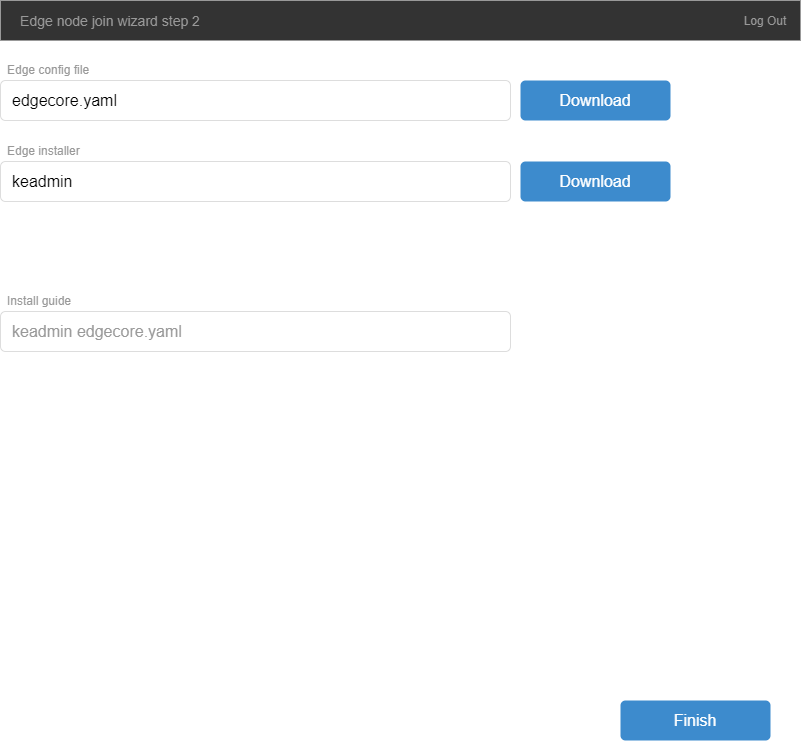
The draw.io diagram sig-edge/images/edge_join_2.png in kubesphere/community, before a commit. Source tidied: cells renumbered, new cells last; positions are measured from the earlier drawing's top-left corner, leaving out a move shared by most shapes. Its diagram source:
```xml
<mxGraphModel background="#ffffff">
  <root>
    <mxCell id="0" style="html=1;" />
    <mxCell id="1" style="html=1;" parent="0" />
    <mxCell id="2" style="html=1;shadow=0;dashed=0;shape=mxgraph.bootstrap.rect;strokeColor=none;whiteSpace=wrap;rounded=0;fontSize=12;fontColor=#000000;align=center;fillColor=#333333;" parent="1" vertex="1">
      <mxGeometry width="800" height="40" as="geometry" />
    </mxCell>
    <mxCell id="3" value="Edge node join wizard step 2" style="html=1;shadow=0;dashed=0;fillColor=none;strokeColor=none;shape=mxgraph.bootstrap.rect;fontColor=#999999;fontSize=14;whiteSpace=wrap;" parent="2" vertex="1">
      <mxGeometry width="220" height="40" as="geometry" />
    </mxCell>
    <mxCell id="4" value="Log Out" style="html=1;shadow=0;dashed=0;fillColor=none;strokeColor=none;shape=mxgraph.bootstrap.rect;fontColor=#999999;whiteSpace=wrap;" parent="2" vertex="1">
      <mxGeometry x="730" width="70" height="40" as="geometry" />
    </mxCell>
    <mxCell id="5" value="Edge config file" style="html=1;shadow=0;dashed=0;shape=mxgraph.bootstrap.rect;strokeColor=none;fillColor=none;fontColor=#999999;align=left;spacingLeft=5;whiteSpace=wrap;rounded=0;" parent="1" vertex="1">
      <mxGeometry y="59" width="200" height="20" as="geometry" />
    </mxCell>
    <mxCell id="6" value="edgecore.yaml" style="html=1;shadow=0;dashed=0;shape=mxgraph.bootstrap.rrect;rSize=5;strokeColor=#dddddd;align=left;spacingLeft=10;fontSize=16;whiteSpace=wrap;rounded=0;" parent="1" vertex="1">
      <mxGeometry y="80" width="510" height="40" as="geometry" />
    </mxCell>
    <mxCell id="7" value="Finish" style="html=1;shadow=0;dashed=0;shape=mxgraph.bootstrap.rrect;align=center;rSize=5;strokeColor=none;fillColor=#3D8BCD;fontColor=#ffffff;fontSize=16;whiteSpace=wrap;rounded=0;" parent="1" vertex="1">
      <mxGeometry x="620" y="700" width="150" height="40" as="geometry" />
    </mxCell>
    <mxCell id="8" value="Download" style="html=1;shadow=0;dashed=0;shape=mxgraph.bootstrap.rrect;align=center;rSize=5;strokeColor=none;fillColor=#3D8BCD;fontColor=#ffffff;fontSize=16;whiteSpace=wrap;rounded=0;" parent="1" vertex="1">
      <mxGeometry x="520" y="80" width="150" height="40" as="geometry" />
    </mxCell>
    <mxCell id="9" value="Edge installer" style="html=1;shadow=0;dashed=0;shape=mxgraph.bootstrap.rect;strokeColor=none;fillColor=none;fontColor=#999999;align=left;spacingLeft=5;whiteSpace=wrap;rounded=0;" parent="1" vertex="1">
      <mxGeometry y="140" width="200" height="20" as="geometry" />
    </mxCell>
    <mxCell id="10" value="keadmin" style="html=1;shadow=0;dashed=0;shape=mxgraph.bootstrap.rrect;rSize=5;strokeColor=#dddddd;align=left;spacingLeft=10;fontSize=16;whiteSpace=wrap;rounded=0;" parent="1" vertex="1">
      <mxGeometry y="161" width="510" height="40" as="geometry" />
    </mxCell>
    <mxCell id="11" value="Download" style="html=1;shadow=0;dashed=0;shape=mxgraph.bootstrap.rrect;align=center;rSize=5;strokeColor=none;fillColor=#3D8BCD;fontColor=#ffffff;fontSize=16;whiteSpace=wrap;rounded=0;" parent="1" vertex="1">
      <mxGeometry x="520" y="161" width="150" height="40" as="geometry" />
    </mxCell>
    <mxCell id="12" value="Install guide" style="html=1;shadow=0;dashed=0;shape=mxgraph.bootstrap.rect;strokeColor=none;fillColor=none;fontColor=#999999;align=left;spacingLeft=5;whiteSpace=wrap;rounded=0;" parent="1" vertex="1">
      <mxGeometry y="290" width="200" height="20" as="geometry" />
    </mxCell>
    <mxCell id="13" value="&lt;font color=&quot;#999999&quot;&gt;keadmin edgecore.yaml&lt;/font&gt;" style="html=1;shadow=0;dashed=0;shape=mxgraph.bootstrap.rrect;rSize=5;strokeColor=#dddddd;align=left;spacingLeft=10;fontSize=16;whiteSpace=wrap;rounded=0;" parent="1" vertex="1">
      <mxGeometry y="311" width="510" height="40" as="geometry" />
    </mxCell>
  </root>
</mxGraphModel>
```
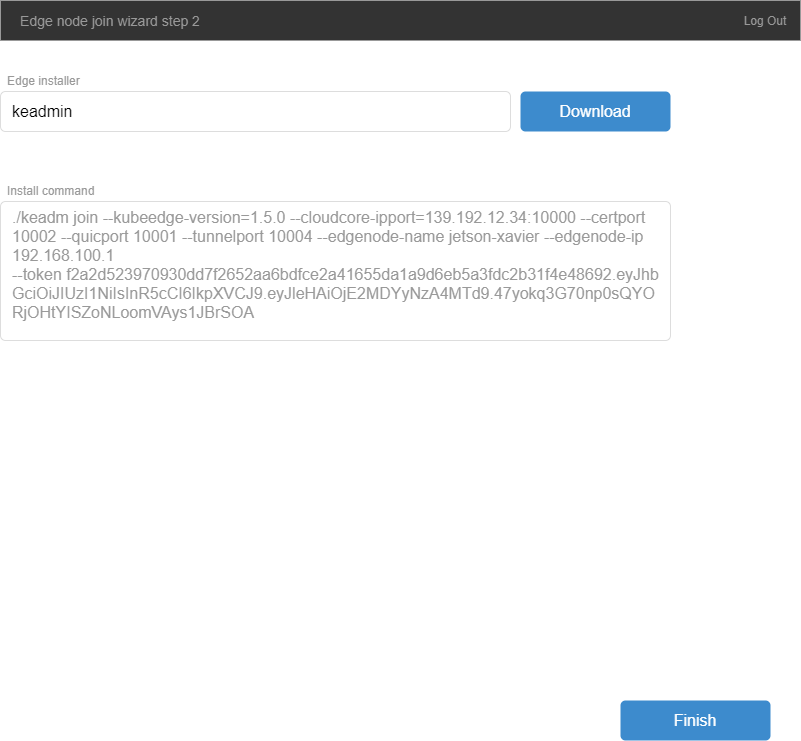
The same diagram one commit later.

Commit message:
Update kubeedge keadm images

Diff of the diagram source:
```diff
@@ -11,32 +11,23 @@
     <mxCell id="4" value="Log Out" style="html=1;shadow=0;dashed=0;fillColor=none;strokeColor=none;shape=mxgraph.bootstrap.rect;fontColor=#999999;whiteSpace=wrap;" parent="2" vertex="1">
       <mxGeometry x="730" width="70" height="40" as="geometry" />
     </mxCell>
-    <mxCell id="5" value="Edge config file" style="html=1;shadow=0;dashed=0;shape=mxgraph.bootstrap.rect;strokeColor=none;fillColor=none;fontColor=#999999;align=left;spacingLeft=5;whiteSpace=wrap;rounded=0;" parent="1" vertex="1">
-      <mxGeometry y="59" width="200" height="20" as="geometry" />
-    </mxCell>
-    <mxCell id="6" value="edgecore.yaml" style="html=1;shadow=0;dashed=0;shape=mxgraph.bootstrap.rrect;rSize=5;strokeColor=#dddddd;align=left;spacingLeft=10;fontSize=16;whiteSpace=wrap;rounded=0;" parent="1" vertex="1">
-      <mxGeometry y="80" width="510" height="40" as="geometry" />
-    </mxCell>
     <mxCell id="7" value="Finish" style="html=1;shadow=0;dashed=0;shape=mxgraph.bootstrap.rrect;align=center;rSize=5;strokeColor=none;fillColor=#3D8BCD;fontColor=#ffffff;fontSize=16;whiteSpace=wrap;rounded=0;" parent="1" vertex="1">
       <mxGeometry x="620" y="700" width="150" height="40" as="geometry" />
     </mxCell>
-    <mxCell id="8" value="Download" style="html=1;shadow=0;dashed=0;shape=mxgraph.bootstrap.rrect;align=center;rSize=5;strokeColor=none;fillColor=#3D8BCD;fontColor=#ffffff;fontSize=16;whiteSpace=wrap;rounded=0;" parent="1" vertex="1">
-      <mxGeometry x="520" y="80" width="150" height="40" as="geometry" />
-    </mxCell>
     <mxCell id="9" value="Edge installer" style="html=1;shadow=0;dashed=0;shape=mxgraph.bootstrap.rect;strokeColor=none;fillColor=none;fontColor=#999999;align=left;spacingLeft=5;whiteSpace=wrap;rounded=0;" parent="1" vertex="1">
-      <mxGeometry y="140" width="200" height="20" as="geometry" />
+      <mxGeometry y="70" width="200" height="20" as="geometry" />
     </mxCell>
     <mxCell id="10" value="keadmin" style="html=1;shadow=0;dashed=0;shape=mxgraph.bootstrap.rrect;rSize=5;strokeColor=#dddddd;align=left;spacingLeft=10;fontSize=16;whiteSpace=wrap;rounded=0;" parent="1" vertex="1">
-      <mxGeometry y="161" width="510" height="40" as="geometry" />
+      <mxGeometry y="91" width="510" height="40" as="geometry" />
     </mxCell>
     <mxCell id="11" value="Download" style="html=1;shadow=0;dashed=0;shape=mxgraph.bootstrap.rrect;align=center;rSize=5;strokeColor=none;fillColor=#3D8BCD;fontColor=#ffffff;fontSize=16;whiteSpace=wrap;rounded=0;" parent="1" vertex="1">
-      <mxGeometry x="520" y="161" width="150" height="40" as="geometry" />
+      <mxGeometry x="520" y="91" width="150" height="40" as="geometry" />
     </mxCell>
-    <mxCell id="12" value="Install guide" style="html=1;shadow=0;dashed=0;shape=mxgraph.bootstrap.rect;strokeColor=none;fillColor=none;fontColor=#999999;align=left;spacingLeft=5;whiteSpace=wrap;rounded=0;" parent="1" vertex="1">
-      <mxGeometry y="290" width="200" height="20" as="geometry" />
+    <mxCell id="12" value="Install command" style="html=1;shadow=0;dashed=0;shape=mxgraph.bootstrap.rect;strokeColor=none;fillColor=none;fontColor=#999999;align=left;spacingLeft=5;whiteSpace=wrap;rounded=0;" parent="1" vertex="1">
+      <mxGeometry y="180" width="200" height="20" as="geometry" />
     </mxCell>
-    <mxCell id="13" value="&lt;font color=&quot;#999999&quot;&gt;keadmin edgecore.yaml&lt;/font&gt;" style="html=1;shadow=0;dashed=0;shape=mxgraph.bootstrap.rrect;rSize=5;strokeColor=#dddddd;align=left;spacingLeft=10;fontSize=16;whiteSpace=wrap;rounded=0;" parent="1" vertex="1">
-      <mxGeometry y="311" width="510" height="40" as="geometry" />
+    <mxCell id="13" value="&lt;font color=&quot;#999999&quot;&gt;./keadm join --kubeedge-version=1.5.0 --cloudcore-ipport=139.192.12.34:10000 --certport 10002 --quicport 10001 --tunnelport 10004 --edgenode-name jetson-xavier --edgenode-ip 192.168.100.1 &lt;br&gt;--token&amp;nbsp;f2a2d523970930dd7f2652aa6bdfce2a41655da1a9d6eb5a3fdc2b31f4e48692.eyJhb&lt;br&gt;GciOiJIUzI1NiIsInR5cCI6IkpXVCJ9.eyJleHAiOjE2MDYyNzA4MTd9.47yokq3G70np0sQYO&lt;br&gt;RjOHtYISZoNLoomVAys1JBrSOA&lt;/font&gt;" style="html=1;shadow=0;dashed=0;shape=mxgraph.bootstrap.rrect;rSize=5;strokeColor=#dddddd;align=left;spacingLeft=10;fontSize=16;whiteSpace=wrap;rounded=0;horizontal=1;verticalAlign=top;" parent="1" vertex="1">
+      <mxGeometry y="201" width="670" height="139" as="geometry" />
     </mxCell>
   </root>
 </mxGraphModel>
```
